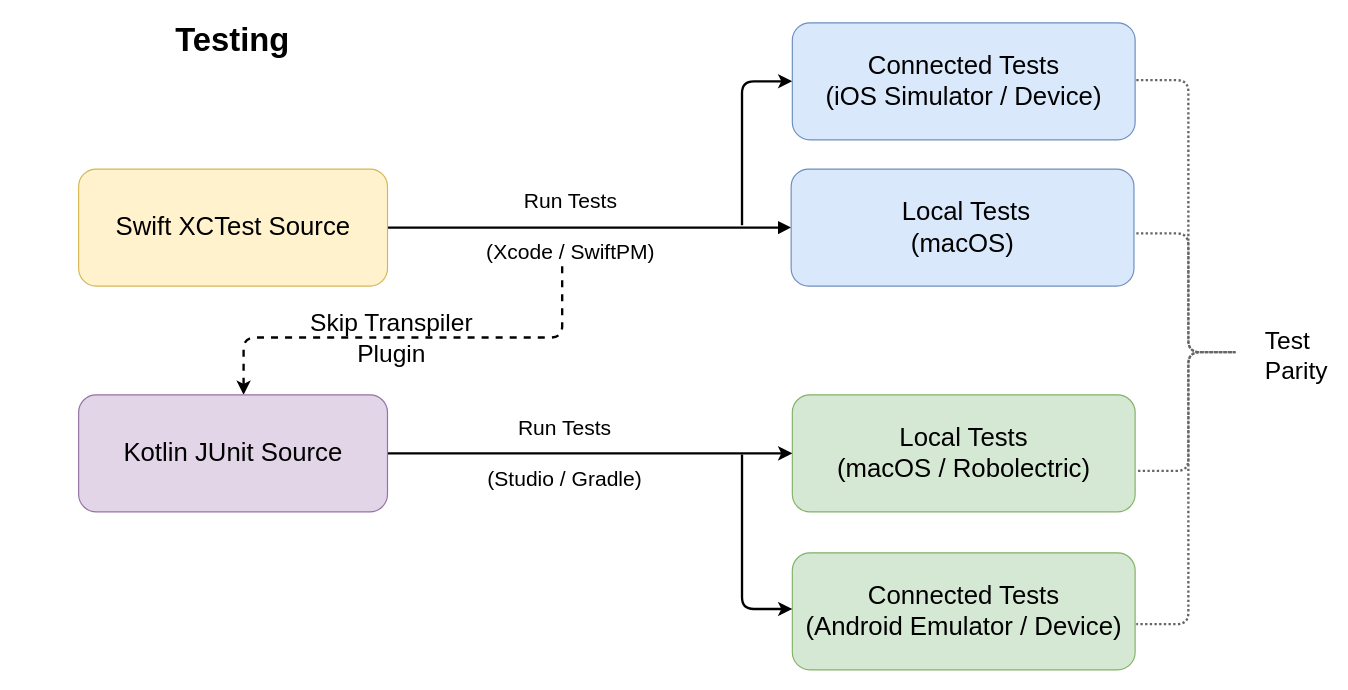
The draw.io diagram page "testing" (2 of 3) of diagrams/skip-diagrams.drawio in skiptools/assets.skip.tools, before the edit. Source tidied: cells renumbered, new cells numbered last; positions are measured from the earlier drawing's top-left corner, leaving out a move shared by most shapes. Both pictures are drawn from the tidied source at 117%, with x=0, y=0 at pixel (20, 22).
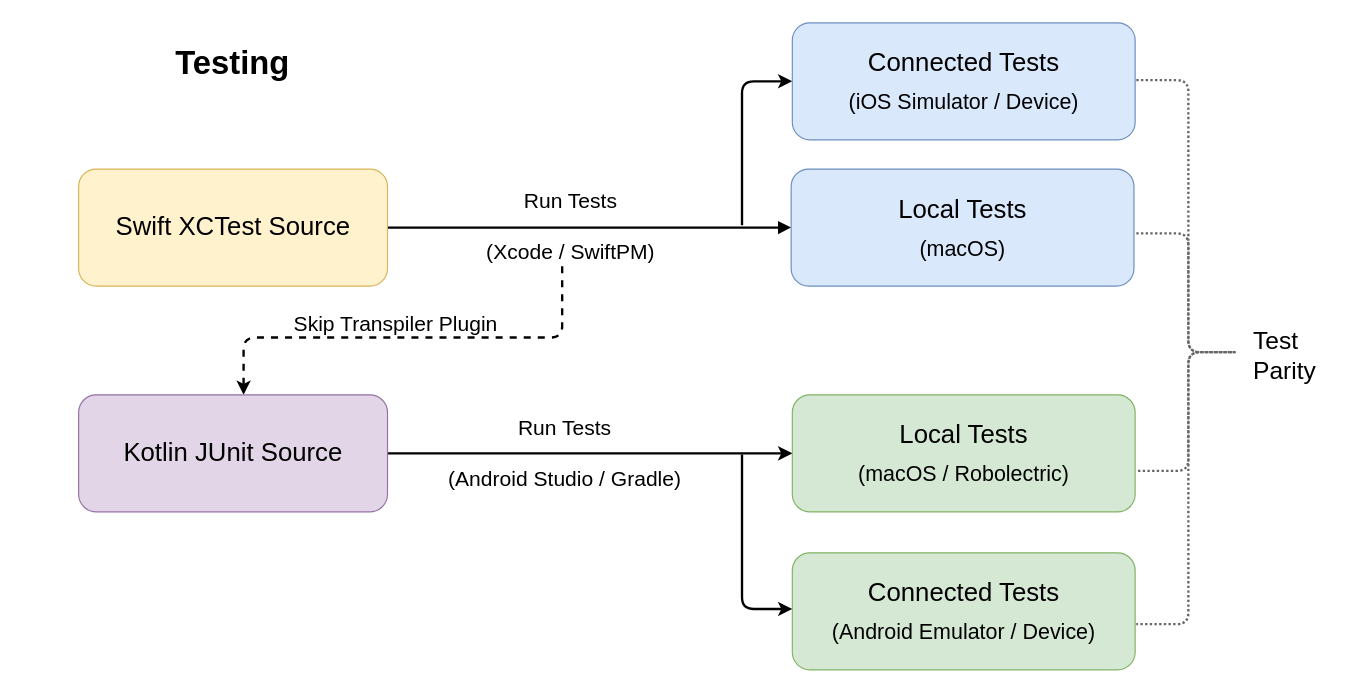
After the change.

The change refers to these unchanged cells:
```xml
<mxCell id="4" style="edgeStyle=orthogonalEdgeStyle;rounded=1;orthogonalLoop=1;jettySize=auto;html=1;entryX=0.5;entryY=0;entryDx=0;entryDy=0;curved=0;dashed=1;strokeWidth=2;" parent="1" edge="1">
  <mxGeometry relative="1" as="geometry">
    <mxPoint x="463" y="208" as="sourcePoint" />
    <mxPoint x="190.7" y="318" as="targetPoint" />
    <Array as="points">
      <mxPoint x="190.7" y="269" />
    </Array>
  </mxGeometry>
</mxCell>
<mxCell id="10" style="edgeStyle=orthogonalEdgeStyle;rounded=0;jettySize=auto;html=1;exitX=1;exitY=0.5;exitDx=0;exitDy=0;entryX=0;entryY=0.5;entryDx=0;entryDy=0;strokeWidth=2;" parent="1" edge="1" source="12" target="9">
  <mxGeometry relative="1" as="geometry" />
</mxCell>
```

Change to the diagram source:
```diff
@@
-    <mxCell id="5" value="&lt;span style=&quot;font-weight: normal;&quot;&gt;&amp;nbsp;Skip Transpiler&amp;nbsp;&lt;br&gt;&lt;font style=&quot;font-size: 21px;&quot;&gt;Plugin&lt;/font&gt;&lt;/span&gt;" style="edgeLabel;html=1;align=center;verticalAlign=middle;fontSize=21;fontStyle=1;labelBackgroundColor=none;" parent="4" vertex="1">
+    <mxCell id="5" value="&lt;span style=&quot;font-weight: normal; font-size: 18px;&quot;&gt;&amp;nbsp;Skip Transpiler&amp;nbsp;&lt;font style=&quot;font-size: 18px;&quot;&gt;Plugin&lt;/font&gt;&lt;/span&gt;" style="edgeLabel;html=1;align=center;verticalAlign=middle;fontSize=18;fontStyle=1;labelBackgroundColor=none;" parent="4" vertex="1">
       <mxGeometry x="0.09" relative="1" as="geometry">
-        <mxPoint y="-1" as="offset" />
+        <mxPoint x="1" y="-12" as="offset" />
       </mxGeometry>
     </mxCell>
     <mxCell id="6" value="Test&lt;br&gt;Parity" style="edgeLabel;html=1;align=left;verticalAlign=middle;fontSize=21;fontStyle=0;labelBackgroundColor=none;" parent="4" vertex="1">
       <mxGeometry x="0.09" relative="1" as="geometry">
-        <mxPoint x="746" y="14" as="offset" />
+        <mxPoint x="736" y="14" as="offset" />
       </mxGeometry>
     </mxCell>
@@
-    <mxCell id="8" value="&amp;nbsp;Local Tests&lt;br&gt;(macOS)" style="rounded=1;whiteSpace=wrap;html=1;fontSize=22;fillColor=#dae8fc;strokeColor=#6c8ebf;" parent="1" vertex="1">
+    <mxCell id="8" value="Local Tests&lt;br&gt;&lt;sub&gt;(macOS)&lt;/sub&gt;" style="rounded=1;whiteSpace=wrap;html=1;fontSize=22;fillColor=#dae8fc;strokeColor=#6c8ebf;" parent="1" vertex="1">
       <mxGeometry x="658.7" y="125" width="293" height="100" as="geometry" />
     </mxCell>
-    <mxCell id="9" value="Local Tests&lt;br&gt;(macOS / Robolectric)" style="rounded=1;whiteSpace=wrap;html=1;fontSize=22;fillColor=#d5e8d4;strokeColor=#82b366;" parent="1" vertex="1">
+    <mxCell id="9" value="Local Tests&lt;br&gt;&lt;sub&gt;(macOS / Robolectric)&lt;/sub&gt;" style="rounded=1;whiteSpace=wrap;html=1;fontSize=22;fillColor=#d5e8d4;strokeColor=#82b366;" parent="1" vertex="1">
       <mxGeometry x="659.7" y="318" width="293" height="100" as="geometry" />
     </mxCell>
@@
-    <mxCell id="11" value="Run Tests&lt;br&gt;&lt;br style=&quot;font-size: 18px;&quot;&gt;(Studio / Gradle)" style="edgeLabel;html=1;align=center;verticalAlign=middle;fontSize=18;labelBackgroundColor=none;" parent="10" vertex="1">
+    <mxCell id="11" value="Run Tests&lt;br&gt;&lt;br style=&quot;font-size: 18px;&quot;&gt;(Android Studio / Gradle)" style="edgeLabel;html=1;align=center;verticalAlign=middle;fontSize=18;labelBackgroundColor=none;" parent="10" vertex="1">
       <mxGeometry x="-0.25" y="1" relative="1" as="geometry">
         <mxPoint x="21" y="1" as="offset" />
       </mxGeometry>
     </mxCell>
@@
     <mxCell id="13" value="Testing" style="text;strokeColor=none;align=center;fillColor=none;html=1;verticalAlign=middle;whiteSpace=wrap;rounded=0;fontSize=28;fontStyle=1;" parent="1" vertex="1">
-      <mxGeometry width="363.4" height="30" as="geometry" />
+      <mxGeometry y="19" width="363.4" height="30" as="geometry" />
     </mxCell>
@@
-    <mxCell id="15" value="Connected Tests&lt;br&gt;(iOS Simulator / Device)" style="rounded=1;whiteSpace=wrap;html=1;fontSize=22;fillColor=#dae8fc;strokeColor=#6c8ebf;" parent="1" vertex="1">
+    <mxCell id="15" value="Connected Tests&lt;br&gt;&lt;sub&gt;(iOS Simulator / Device)&lt;/sub&gt;" style="rounded=1;whiteSpace=wrap;html=1;fontSize=22;fillColor=#dae8fc;strokeColor=#6c8ebf;" parent="1" vertex="1">
       <mxGeometry x="659.7" width="293" height="100" as="geometry" />
     </mxCell>
-    <mxCell id="16" value="Connected Tests&lt;br&gt;(Android Emulator / Device)" style="rounded=1;whiteSpace=wrap;html=1;fontSize=22;fillColor=#d5e8d4;strokeColor=#82b366;" parent="1" vertex="1">
+    <mxCell id="16" value="Connected Tests&lt;br&gt;&lt;sub&gt;(Android Emulator / Device)&lt;/sub&gt;" style="rounded=1;whiteSpace=wrap;html=1;fontSize=22;fillColor=#d5e8d4;strokeColor=#82b366;" parent="1" vertex="1">
       <mxGeometry x="659.7" y="453" width="293" height="100" as="geometry" />
     </mxCell>
```
